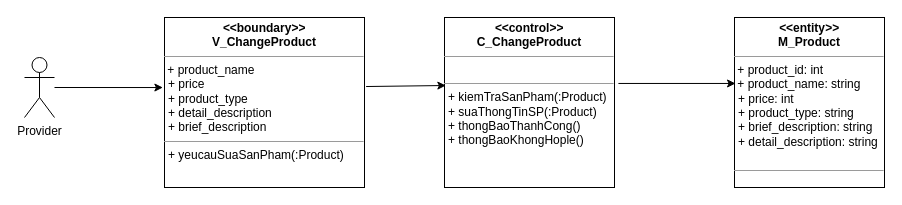
Above: Class/Duy's ClassUC/SuaSanPhamClass.drawio in hoangminh15/PTTKHT (draw.io), before the change. Source tidied: cells renumbered, new cells numbered last; positions are measured from the earlier drawing's top-left corner, leaving out a move shared by most shapes. Both pictures are drawn from the tidied source at 100%, with x=0, y=0 at pixel (24, 17).
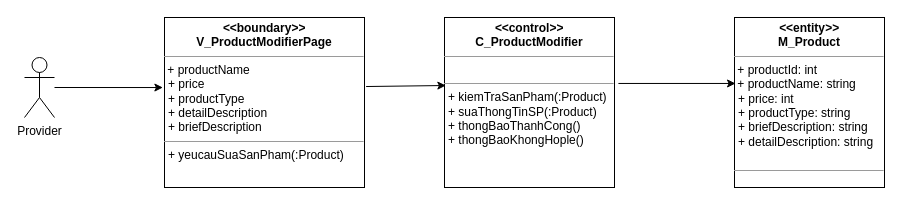
The same diagram, later.

What changed in the source:
```diff
@@
 <mxGraphModel>
   <root>
     <mxCell id="0" />
     <mxCell id="1" parent="0" />
     <mxCell id="2" value="Provider" style="shape=umlActor;verticalLabelPosition=bottom;verticalAlign=top;html=1;" parent="1" vertex="1">
       <mxGeometry y="40" width="30" height="60" as="geometry" />
     </mxCell>
-    <mxCell id="3" value="&lt;p style=&quot;margin: 0px ; margin-top: 4px ; text-align: center&quot;&gt;&lt;b&gt;&lt;i&gt;&amp;lt;&lt;/i&gt;&amp;lt;boundary&lt;i&gt;&amp;gt;&amp;gt;&lt;/i&gt;&lt;br&gt;V_ChangeProduct&lt;/b&gt;&lt;/p&gt;&lt;hr size=&quot;1&quot;&gt;&amp;nbsp;+ product_name&lt;br&gt;&lt;p style=&quot;margin: 0px ; margin-left: 4px&quot;&gt;+ price&lt;br&gt;&lt;/p&gt;&lt;p style=&quot;margin: 0px ; margin-left: 4px&quot;&gt;+ product_type&lt;br&gt;&lt;/p&gt;&lt;p style=&quot;margin: 0px ; margin-left: 4px&quot;&gt;+ detail_description&lt;br&gt;&lt;/p&gt;&lt;p style=&quot;margin: 0px ; margin-left: 4px&quot;&gt;+ brief_description&lt;br&gt;&lt;/p&gt;&lt;hr size=&quot;1&quot;&gt;&lt;p style=&quot;margin: 0px ; margin-left: 4px&quot;&gt;+ yeucauSuaSanPham(:Product)&lt;br&gt;&lt;/p&gt;" style="verticalAlign=top;align=left;overflow=fill;fontSize=12;fontFamily=Helvetica;html=1;" parent="1" vertex="1">
+    <mxCell id="3" value="&lt;p style=&quot;margin: 0px ; margin-top: 4px ; text-align: center&quot;&gt;&lt;b&gt;&lt;i&gt;&amp;lt;&lt;/i&gt;&amp;lt;boundary&lt;i&gt;&amp;gt;&amp;gt;&lt;/i&gt;&lt;br&gt;V_ProductModifierPage&lt;/b&gt;&lt;/p&gt;&lt;hr size=&quot;1&quot;&gt;&amp;nbsp;+ productName&lt;br&gt;&lt;p style=&quot;margin: 0px ; margin-left: 4px&quot;&gt;+ price&lt;br&gt;&lt;/p&gt;&lt;p style=&quot;margin: 0px ; margin-left: 4px&quot;&gt;+ productType&lt;br&gt;&lt;/p&gt;&lt;p style=&quot;margin: 0px ; margin-left: 4px&quot;&gt;+ detailDescription&lt;br&gt;&lt;/p&gt;&lt;p style=&quot;margin: 0px ; margin-left: 4px&quot;&gt;+ briefDescription&lt;br&gt;&lt;/p&gt;&lt;hr size=&quot;1&quot;&gt;&lt;p style=&quot;margin: 0px ; margin-left: 4px&quot;&gt;+ yeucauSuaSanPham(:Product)&lt;br&gt;&lt;/p&gt;" style="verticalAlign=top;align=left;overflow=fill;fontSize=12;fontFamily=Helvetica;html=1;" parent="1" vertex="1">
       <mxGeometry x="140" width="200" height="170" as="geometry" />
     </mxCell>
-    <mxCell id="4" value="&lt;p style=&quot;margin: 0px ; margin-top: 4px ; text-align: center&quot;&gt;&lt;b&gt;&lt;i&gt;&amp;lt;&lt;/i&gt;&amp;lt;control&lt;i&gt;&amp;gt;&amp;gt;&lt;/i&gt;&lt;br&gt;C_ChangeProduct&lt;/b&gt;&lt;/p&gt;&lt;hr size=&quot;1&quot;&gt;&lt;br&gt;&lt;hr size=&quot;1&quot;&gt;&lt;p style=&quot;margin: 0px ; margin-left: 4px&quot;&gt;+ kiemTraSanPham(:Product)&lt;br&gt;&lt;/p&gt;&lt;p style=&quot;margin: 0px ; margin-left: 4px&quot;&gt;+ suaThongTinSP(:Product)&lt;/p&gt;&lt;p style=&quot;margin: 0px ; margin-left: 4px&quot;&gt;+ thongBaoThanhCong()&lt;/p&gt;&lt;p style=&quot;margin: 0px ; margin-left: 4px&quot;&gt;+ thongBaoKhongHople()&lt;/p&gt;" style="verticalAlign=top;align=left;overflow=fill;fontSize=12;fontFamily=Helvetica;html=1;" parent="1" vertex="1">
+    <mxCell id="4" value="&lt;p style=&quot;margin: 0px ; margin-top: 4px ; text-align: center&quot;&gt;&lt;b&gt;&lt;i&gt;&amp;lt;&lt;/i&gt;&amp;lt;control&lt;i&gt;&amp;gt;&amp;gt;&lt;/i&gt;&lt;br&gt;C_ProductModifier&lt;/b&gt;&lt;/p&gt;&lt;hr size=&quot;1&quot;&gt;&lt;br&gt;&lt;hr size=&quot;1&quot;&gt;&lt;p style=&quot;margin: 0px ; margin-left: 4px&quot;&gt;+ kiemTraSanPham(:Product)&lt;br&gt;&lt;/p&gt;&lt;p style=&quot;margin: 0px ; margin-left: 4px&quot;&gt;+ suaThongTinSP(:Product)&lt;/p&gt;&lt;p style=&quot;margin: 0px ; margin-left: 4px&quot;&gt;+ thongBaoThanhCong()&lt;/p&gt;&lt;p style=&quot;margin: 0px ; margin-left: 4px&quot;&gt;+ thongBaoKhongHople()&lt;/p&gt;" style="verticalAlign=top;align=left;overflow=fill;fontSize=12;fontFamily=Helvetica;html=1;" parent="1" vertex="1">
       <mxGeometry x="420" width="170" height="170" as="geometry" />
     </mxCell>
     <mxCell id="5" style="endArrow=classic;html=1;exitX=1.008;exitY=0.406;exitDx=0;exitDy=0;exitPerimeter=0;entryX=0.008;entryY=0.4;entryDx=0;entryDy=0;entryPerimeter=0;" parent="1" edge="1" source="3" target="4">
       <mxGeometry relative="1" as="geometry" />
     </mxCell>
     <mxCell id="6" style="endArrow=classic;html=1;entryX=-0.008;entryY=0.412;entryDx=0;entryDy=0;entryPerimeter=0;" parent="1" edge="1" source="2" target="3">
       <mxGeometry relative="1" as="geometry" />
     </mxCell>
-    <mxCell id="7" value="&lt;p style=&quot;margin: 0px ; margin-top: 4px ; text-align: center&quot;&gt;&lt;b&gt;&lt;i&gt;&amp;lt;&lt;/i&gt;&amp;lt;entity&lt;i&gt;&amp;gt;&amp;gt;&lt;/i&gt;&lt;br&gt;M_Product&lt;/b&gt;&lt;/p&gt;&lt;hr size=&quot;1&quot;&gt;&lt;div&gt;&amp;nbsp;+ product_id: int&lt;br&gt;&lt;/div&gt;&lt;div&gt;&amp;nbsp;+ product_name: string&lt;br&gt;&lt;/div&gt;&lt;p style=&quot;margin: 0px ; margin-left: 4px&quot;&gt;+ price: int&lt;br&gt;&lt;/p&gt;&lt;p style=&quot;margin: 0px ; margin-left: 4px&quot;&gt;+ product_type: string&lt;br&gt;&lt;/p&gt;&lt;p style=&quot;margin: 0px ; margin-left: 4px&quot;&gt;+ brief_description: string&lt;br&gt;&lt;/p&gt;&lt;p style=&quot;margin: 0px ; margin-left: 4px&quot;&gt;+ detail_description: string&lt;br&gt;&lt;/p&gt;&amp;nbsp;&lt;br&gt;&lt;hr size=&quot;1&quot;&gt;&lt;p style=&quot;margin: 0px ; margin-left: 4px&quot;&gt;&lt;br&gt;&lt;br&gt;&lt;/p&gt;" style="verticalAlign=top;align=left;overflow=fill;fontSize=12;fontFamily=Helvetica;html=1;" parent="1" vertex="1">
+    <mxCell id="7" value="&lt;p style=&quot;margin: 0px ; margin-top: 4px ; text-align: center&quot;&gt;&lt;b&gt;&lt;i&gt;&amp;lt;&lt;/i&gt;&amp;lt;entity&lt;i&gt;&amp;gt;&amp;gt;&lt;/i&gt;&lt;br&gt;M_Product&lt;/b&gt;&lt;/p&gt;&lt;hr size=&quot;1&quot;&gt;&lt;div&gt;&amp;nbsp;+ productId: int&lt;br&gt;&lt;/div&gt;&lt;div&gt;&amp;nbsp;+ productName: string&lt;br&gt;&lt;/div&gt;&lt;p style=&quot;margin: 0px ; margin-left: 4px&quot;&gt;+ price: int&lt;br&gt;&lt;/p&gt;&lt;p style=&quot;margin: 0px ; margin-left: 4px&quot;&gt;+ productType: string&lt;br&gt;&lt;/p&gt;&lt;p style=&quot;margin: 0px ; margin-left: 4px&quot;&gt;+ briefDescription: string&lt;br&gt;&lt;/p&gt;&lt;p style=&quot;margin: 0px ; margin-left: 4px&quot;&gt;+ detailDescription: string&lt;br&gt;&lt;/p&gt;&amp;nbsp;&lt;br&gt;&lt;hr size=&quot;1&quot;&gt;&lt;p style=&quot;margin: 0px ; margin-left: 4px&quot;&gt;&lt;br&gt;&lt;br&gt;&lt;/p&gt;" style="verticalAlign=top;align=left;overflow=fill;fontSize=12;fontFamily=Helvetica;html=1;" parent="1" vertex="1">
       <mxGeometry x="710" width="150" height="170" as="geometry" />
     </mxCell>
     <mxCell id="8" style="endArrow=classic;html=1;exitX=1.023;exitY=0.388;exitDx=0;exitDy=0;exitPerimeter=0;entryX=0.007;entryY=0.388;entryDx=0;entryDy=0;entryPerimeter=0;" parent="1" edge="1" source="4" target="7">
       <mxGeometry relative="1" as="geometry" />
     </mxCell>
   </root>
 </mxGraphModel>
```
